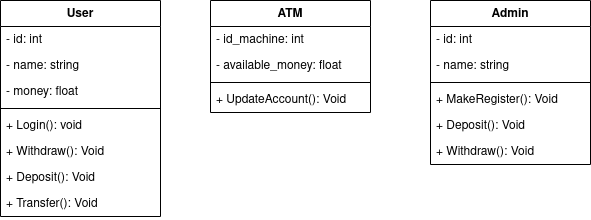
Before: diagramas_clase/cajero-atm/diagrama-clase-cajero-atm.drawio.png, a diagram exported from draw.io (JesusLugo2002/ETS). Source tidied: cells renumbered, new cells last; positions are measured from the earlier drawing's top-left corner, leaving out a move shared by most shapes.
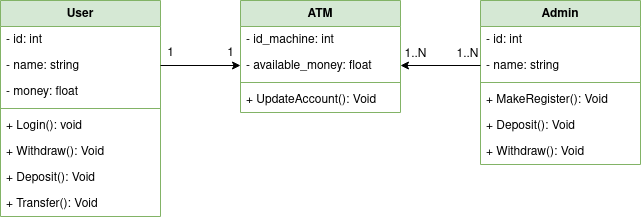
After the commit.

The edit, as a diff of the source:
```diff
@@ -2,8 +2,8 @@
   <root>
     <mxCell id="0" />
     <mxCell id="1" parent="0" />
-    <mxCell id="2" value="User" style="swimlane;fontStyle=1;align=center;verticalAlign=top;horizontal=1;startSize=26;whiteSpace=wrap;html=1;" parent="1" vertex="1">
-      <mxGeometry width="160" height="216" as="geometry" />
+    <mxCell id="2" value="User" style="swimlane;fontStyle=1;align=center;verticalAlign=top;horizontal=1;startSize=26;whiteSpace=wrap;html=1;fillColor=#d5e8d4;strokeColor=#82b366;" parent="1" vertex="1">
+      <mxGeometry x="-10" y="-80" width="160" height="216" as="geometry" />
     </mxCell>
     <mxCell id="3" value="- id: int" style="text;strokeColor=none;fillColor=none;align=left;verticalAlign=top;spacingLeft=4;spacingRight=4;overflow=hidden;whiteSpace=wrap;html=1;" parent="2" vertex="1">
       <mxGeometry y="26" width="160" height="26" as="geometry" />
@@ -29,8 +29,8 @@
     <mxCell id="10" value="+ Transfer(): Void" style="text;strokeColor=none;fillColor=none;align=left;verticalAlign=top;spacingLeft=4;spacingRight=4;overflow=hidden;whiteSpace=wrap;html=1;" parent="2" vertex="1">
       <mxGeometry y="190" width="160" height="26" as="geometry" />
     </mxCell>
-    <mxCell id="11" value="&lt;div&gt;ATM&lt;/div&gt;" style="swimlane;fontStyle=1;align=center;verticalAlign=top;horizontal=1;startSize=26;whiteSpace=wrap;html=1;" parent="1" vertex="1">
-      <mxGeometry x="210" width="160" height="112" as="geometry" />
+    <mxCell id="11" value="&lt;div&gt;ATM&lt;/div&gt;" style="swimlane;fontStyle=1;align=center;verticalAlign=top;horizontal=1;startSize=26;whiteSpace=wrap;html=1;fillColor=#d5e8d4;strokeColor=#82b366;" parent="1" vertex="1">
+      <mxGeometry x="230" y="-80" width="160" height="112" as="geometry" />
     </mxCell>
     <mxCell id="12" value="- id_machine: int" style="text;strokeColor=none;fillColor=none;align=left;verticalAlign=top;spacingLeft=4;spacingRight=4;overflow=hidden;whiteSpace=wrap;html=1;" parent="11" vertex="1">
       <mxGeometry y="26" width="160" height="26" as="geometry" />
@@ -44,8 +44,8 @@
     <mxCell id="15" value="+ UpdateAccount(): Void" style="text;strokeColor=none;fillColor=none;align=left;verticalAlign=top;spacingLeft=4;spacingRight=4;overflow=hidden;whiteSpace=wrap;html=1;" parent="11" vertex="1">
       <mxGeometry y="86" width="160" height="26" as="geometry" />
     </mxCell>
-    <mxCell id="16" value="&lt;div&gt;Admin&lt;/div&gt;" style="swimlane;fontStyle=1;align=center;verticalAlign=top;horizontal=1;startSize=26;whiteSpace=wrap;html=1;" parent="1" vertex="1">
-      <mxGeometry x="430" width="160" height="164" as="geometry" />
+    <mxCell id="16" value="&lt;div&gt;Admin&lt;/div&gt;" style="swimlane;fontStyle=1;align=center;verticalAlign=top;horizontal=1;startSize=26;whiteSpace=wrap;html=1;fillColor=#d5e8d4;strokeColor=#82b366;" parent="1" vertex="1">
+      <mxGeometry x="470" y="-80" width="160" height="164" as="geometry" />
     </mxCell>
     <mxCell id="17" value="&lt;div&gt;- id: int&lt;/div&gt;&lt;div&gt;&lt;br&gt;&lt;/div&gt;" style="text;strokeColor=none;fillColor=none;align=left;verticalAlign=top;spacingLeft=4;spacingRight=4;overflow=hidden;whiteSpace=wrap;html=1;" parent="16" vertex="1">
       <mxGeometry y="26" width="160" height="26" as="geometry" />
@@ -65,5 +65,23 @@
     <mxCell id="22" value="&lt;div&gt;+ Withdraw(): Void&lt;/div&gt;&lt;div&gt;&lt;br&gt;&lt;/div&gt;" style="text;strokeColor=none;fillColor=none;align=left;verticalAlign=top;spacingLeft=4;spacingRight=4;overflow=hidden;whiteSpace=wrap;html=1;" parent="16" vertex="1">
       <mxGeometry y="138" width="160" height="26" as="geometry" />
     </mxCell>
+    <mxCell id="23" style="edgeStyle=orthogonalEdgeStyle;rounded=0;jettySize=auto;html=1;entryX=0;entryY=0.5;entryDx=0;entryDy=0;" parent="1" edge="1" source="4" target="13">
+      <mxGeometry relative="1" as="geometry" />
+    </mxCell>
+    <mxCell id="24" style="edgeStyle=orthogonalEdgeStyle;rounded=0;jettySize=auto;html=1;entryX=1;entryY=0.5;entryDx=0;entryDy=0;" parent="1" edge="1" source="18" target="13">
+      <mxGeometry relative="1" as="geometry" />
+    </mxCell>
+    <mxCell id="25" value="1" style="text;html=1;align=center;verticalAlign=middle;strokeColor=none;fillColor=none;" parent="1" vertex="1">
+      <mxGeometry x="205" y="-42" width="30" height="30" as="geometry" />
+    </mxCell>
+    <mxCell id="26" value="1" style="text;html=1;align=center;verticalAlign=middle;strokeColor=none;fillColor=none;" parent="1" vertex="1">
+      <mxGeometry x="145" y="-42" width="30" height="30" as="geometry" />
+    </mxCell>
+    <mxCell id="27" value="1..N" style="text;html=1;align=center;verticalAlign=middle;strokeColor=none;fillColor=none;" parent="1" vertex="1">
+      <mxGeometry x="380" y="-41" width="50" height="30" as="geometry" />
+    </mxCell>
+    <mxCell id="28" value="1..N" style="text;html=1;align=center;verticalAlign=middle;strokeColor=none;fillColor=none;" parent="1" vertex="1">
+      <mxGeometry x="432" y="-41" width="50" height="30" as="geometry" />
+    </mxCell>
   </root>
 </mxGraphModel>
```
